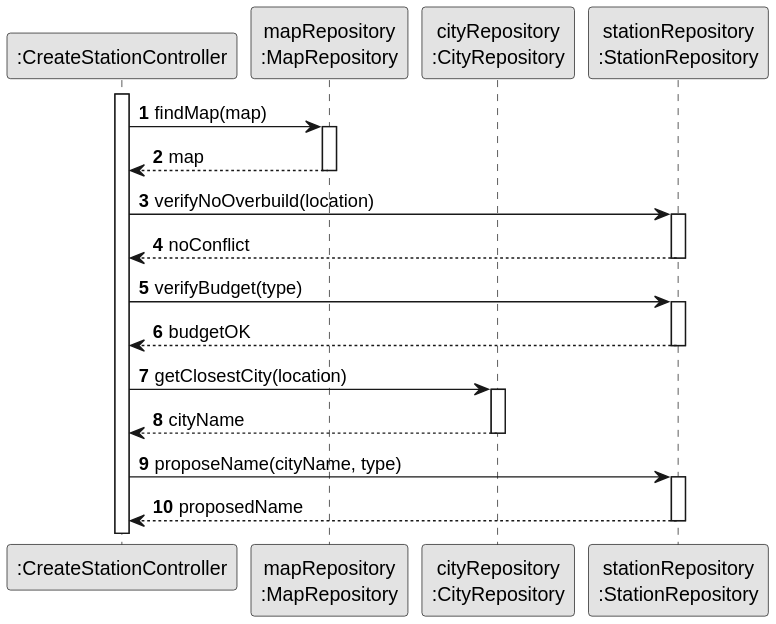
Above: docs/system-documentation/US005/03.design/svg/US005-SD-validateAndName.svg in goncalolopesp/sem2-pi-24.25-g093-repo (PlantUML), before the change.
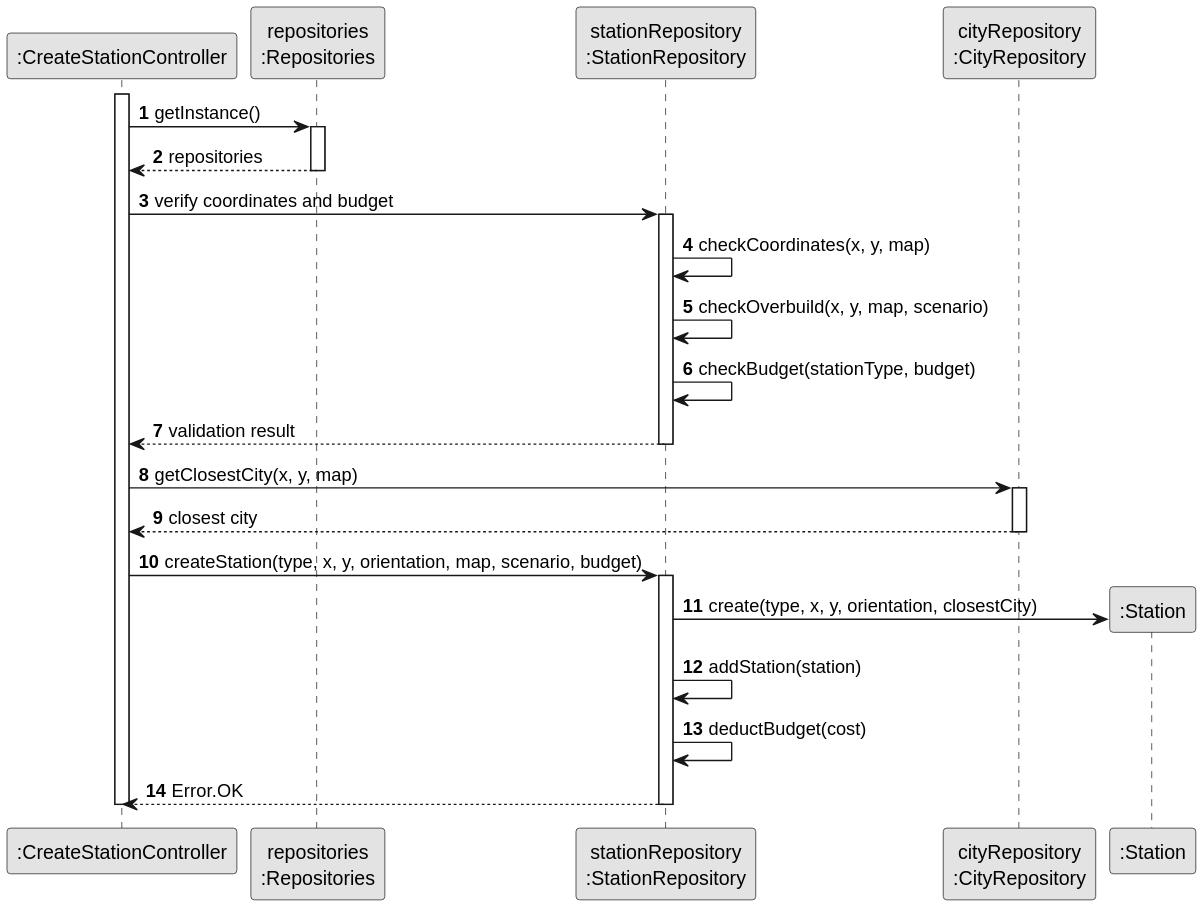
After the commit.

The edit, as a diff of the source:
```diff
@@ -5,34 +5,38 @@
 
 autonumber
 participant ":CreateStationController" as CreateStationController
-participant "mapRepository\n:MapRepository" as MapRepository
+participant "repositories\n:Repositories" as Repositories
+participant "stationRepository\n:StationRepository" as StationRepository
 participant "cityRepository\n:CityRepository" as CityRepository
-participant "stationRepository\n:StationRepository" as StationRepository
 
 activate CreateStationController
 
-CreateStationController -> MapRepository : findMap(map)
-activate MapRepository
-MapRepository --> CreateStationController : map
-deactivate MapRepository
+CreateStationController -> Repositories : getInstance()
+activate Repositories
+Repositories --> CreateStationController : repositories
+deactivate Repositories
 
-CreateStationController -> StationRepository : verifyNoOverbuild(location)
+CreateStationController -> StationRepository : verify coordinates and budget
 activate StationRepository
-StationRepository --> CreateStationController : noConflict
+StationRepository -> StationRepository : checkCoordinates(x, y, map)
+StationRepository -> StationRepository : checkOverbuild(x, y, map, scenario)
+StationRepository -> StationRepository : checkBudget(stationType, budget)
+StationRepository --> CreateStationController : validation result
 deactivate StationRepository
 
-CreateStationController -> StationRepository : verifyBudget(type)
+CreateStationController -> CityRepository : getClosestCity(x, y, map)
+activate CityRepository
+CityRepository --> CreateStationController : closest city
+deactivate CityRepository
+
+CreateStationController -> StationRepository : createStation(type, x, y, orientation, map, scenario, budget)
 activate StationRepository
-StationRepository --> CreateStationController : budgetOK
+create ":Station" as Station
+StationRepository -> Station : create(type, x, y, orientation, closestCity)
+StationRepository -> StationRepository : addStation(station)
+StationRepository -> StationRepository : deductBudget(cost)
+StationRepository --> CreateStationController : Error.OK
 deactivate StationRepository
 
-CreateStationController -> CityRepository : getClosestCity(location)
-activate CityRepository
-CityRepository --> CreateStationController : cityName
-deactivate CityRepository
-
-CreateStationController -> StationRepository : proposeName(cityName, type)
-activate StationRepository
-StationRepository --> CreateStationController : proposedName
-deactivate StationRepository
+deactivate CreateStationController
 @enduml
```
